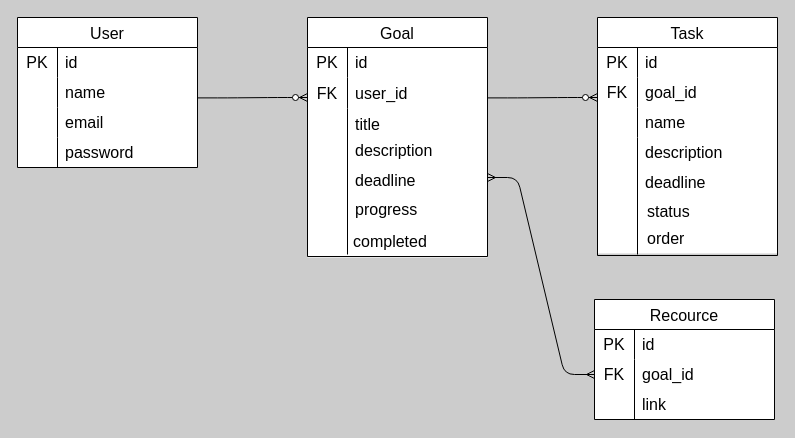
Earlier version of the draw.io diagram taskall.dio (ShotaMihara/Taskall). Source tidied: cells renumbered, new cells numbered last; positions are measured from the earlier drawing's top-left corner, leaving out a move shared by most shapes. Both pictures are drawn from the tidied source at 100%, with x=0, y=0 at pixel (17, 17).
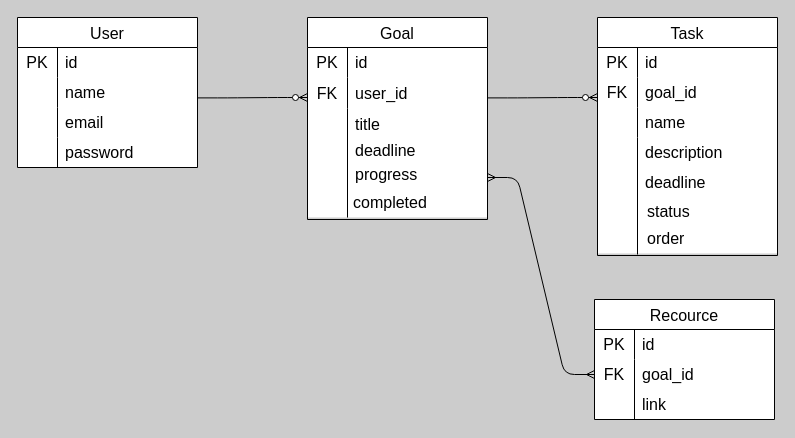
After the change.

Diff of the diagram source:
```diff
@@
     <mxCell id="35" style="group;fillColor=default;" parent="1" vertex="1">
-      <mxGeometry x="290" width="180" height="240" as="geometry" />
+      <mxGeometry x="290" width="180" height="200" as="geometry" />
     </mxCell>
     <mxCell id="36" style="endArrow=none;html=1;" parent="1" edge="1">
       <mxGeometry relative="1" as="geometry">
-        <mxPoint x="330" y="237" as="sourcePoint" />
+        <mxPoint x="330" y="200" as="sourcePoint" />
         <mxPoint x="330" y="118.4" as="targetPoint" />
       </mxGeometry>
     </mxCell>
     <mxCell id="37" value="progress" style="shape=partialRectangle;html=1;whiteSpace=wrap;fillColor=none;top=0;left=0;bottom=0;right=0;align=left;spacingLeft=6;overflow=hidden;strokeColor=inherit;fontSize=16;" parent="1" vertex="1">
-      <mxGeometry x="330" y="177.6" width="140" height="29.6" as="geometry" />
+      <mxGeometry x="330" y="142" width="140" height="29.6" as="geometry" />
     </mxCell>
     <mxCell id="38" value="deadline" style="shape=partialRectangle;html=1;whiteSpace=wrap;fillColor=none;top=0;left=0;bottom=0;right=0;align=left;spacingLeft=6;overflow=hidden;strokeColor=inherit;fontSize=16;" parent="1" vertex="1">
-      <mxGeometry x="330" y="148" width="130" height="29.6" as="geometry" />
+      <mxGeometry x="330" y="118" width="130" height="29.6" as="geometry" />
     </mxCell>
-    <mxCell id="39" value="description" style="shape=partialRectangle;html=1;whiteSpace=wrap;fillColor=none;top=0;left=0;bottom=0;right=0;align=left;spacingLeft=6;overflow=hidden;strokeColor=inherit;fontSize=16;" parent="1" vertex="1">
-      <mxGeometry x="330" y="118.4" width="140" height="29.6" as="geometry" />
-    </mxCell>
-    <mxCell id="40" style="shape=partialRectangle;html=1;whiteSpace=wrap;fillColor=none;top=0;left=0;bottom=0;right=0;overflow=hidden;strokeColor=inherit;fontSize=16;" parent="1" vertex="1">
-      <mxGeometry x="290" y="118.4" width="40" height="29.6" as="geometry" />
-    </mxCell>
     <mxCell id="41" value="Goal" style="shape=table;startSize=30;childLayout=tableLayout;rowLines=0;fontStyle=0;strokeColor=default;fontSize=16;fillColor=default;" parent="1" vertex="1">
-      <mxGeometry x="290" width="180" height="239" as="geometry" />
+      <mxGeometry x="290" width="180" height="202" as="geometry" />
     </mxCell>
@@
     <mxCell id="51" value="completed" style="shape=partialRectangle;html=1;whiteSpace=wrap;fillColor=none;top=0;left=0;bottom=0;right=0;align=left;spacingLeft=6;overflow=hidden;strokeColor=inherit;fontSize=16;" parent="1" vertex="1">
-      <mxGeometry x="328" y="209.4" width="158" height="29.6" as="geometry" />
+      <mxGeometry x="328" y="170" width="158" height="29.6" as="geometry" />
     </mxCell>
```
